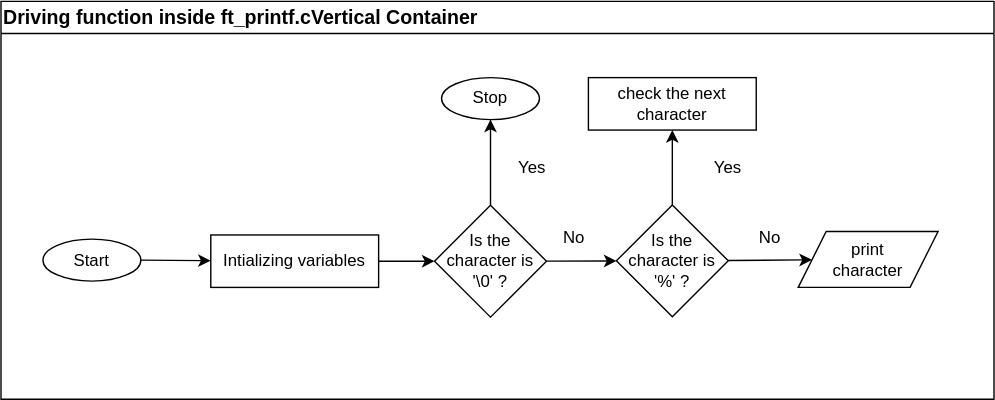
ThiwankaS/ft_printf keeps this draw.io diagram as Documents/ft_printf.drawio.svg. Above is the earlier version. Source tidied: cells renumbered, new cells last; positions are measured from the earlier drawing's top-left corner, leaving out a move shared by most shapes.
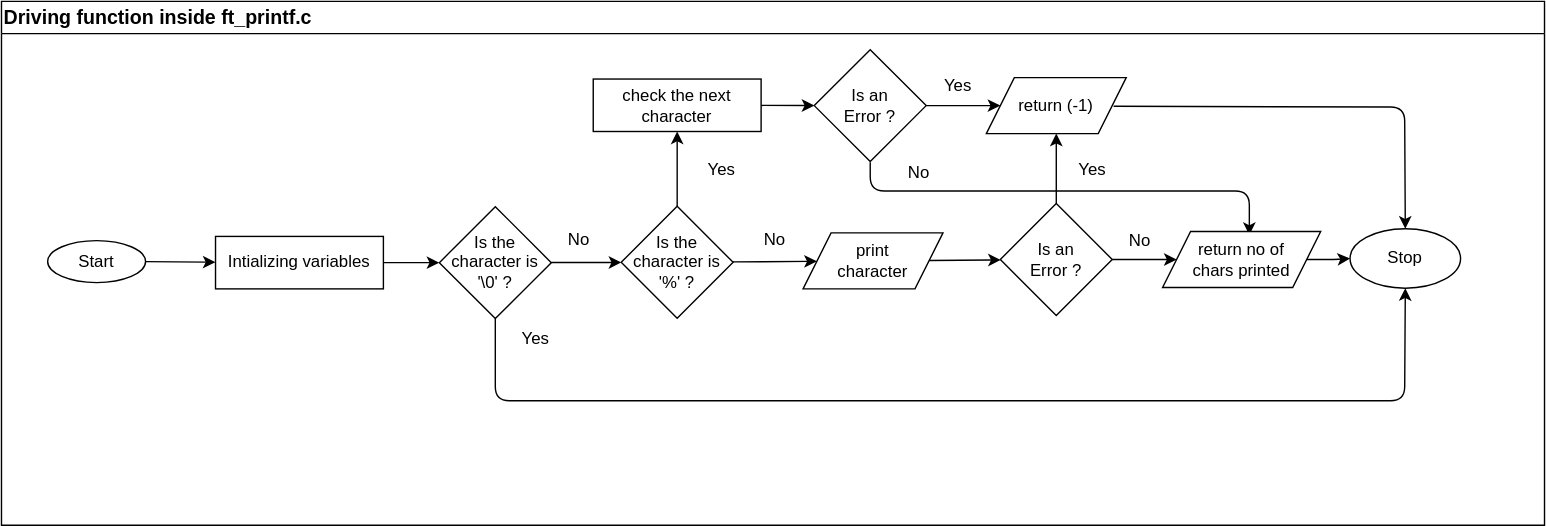
After the change.

Commit message:
Update documentaion for driving function

The edit, as a diff of the source:
```diff
@@ -14,20 +14,14 @@
     <mxCell id="5" value="Intializing variables" style="rounded=0;whiteSpace=wrap;html=1;strokeColor=#000000;fillColor=#FFFFFF;fontColor=#000000;" parent="1" vertex="1">
       <mxGeometry x="150" y="166.5" width="120" height="37.5" as="geometry" />
     </mxCell>
-    <mxCell id="6" style="edgeStyle=none;html=1;strokeColor=#000000;" parent="1" edge="1" source="8" target="9">
-      <mxGeometry relative="1" as="geometry" />
-    </mxCell>
     <mxCell id="7" style="edgeStyle=none;html=1;strokeColor=#000000;" parent="1" edge="1" source="8" target="13">
       <mxGeometry relative="1" as="geometry" />
     </mxCell>
     <mxCell id="8" value="Is the character is '\0' ?" style="rhombus;whiteSpace=wrap;html=1;strokeColor=#000000;fillColor=#FFFFFF;fontColor=#000000;" parent="1" vertex="1">
       <mxGeometry x="310" y="145.2" width="80" height="80" as="geometry" />
     </mxCell>
-    <mxCell id="9" value="Stop" style="ellipse;whiteSpace=wrap;html=1;fillColor=#FFFFFF;strokeColor=#000000;fontColor=#000000;" parent="1" vertex="1">
-      <mxGeometry x="315" y="54" width="70" height="30" as="geometry" />
-    </mxCell>
     <mxCell id="10" value="Yes" style="text;html=1;strokeColor=none;fillColor=none;align=center;verticalAlign=middle;whiteSpace=wrap;rounded=0;fontColor=#000000;" parent="1" vertex="1">
-      <mxGeometry x="350" y="104" width="60" height="30" as="geometry" />
+      <mxGeometry x="349" y="225" width="60" height="30" as="geometry" />
     </mxCell>
     <mxCell id="11" style="edgeStyle=none;html=1;fontColor=#000000;strokeColor=#000000;" parent="1" edge="1" source="13" target="15">
       <mxGeometry relative="1" as="geometry" />
@@ -41,6 +35,9 @@
     <mxCell id="14" value="No" style="text;html=1;strokeColor=none;fillColor=none;align=center;verticalAlign=middle;whiteSpace=wrap;rounded=0;fontColor=#000000;" parent="1" vertex="1">
       <mxGeometry x="520" y="154" width="60" height="30" as="geometry" />
     </mxCell>
+    <mxCell id="20" style="edgeStyle=none;html=1;strokeColor=#000000;fontSize=14;fontColor=#000000;" parent="1" edge="1" source="15" target="23">
+      <mxGeometry relative="1" as="geometry" />
+    </mxCell>
     <mxCell id="15" value="print &lt;br&gt;character" style="shape=parallelogram;perimeter=parallelogramPerimeter;whiteSpace=wrap;html=1;fixedSize=1;fontColor=#000000;strokeColor=#000000;fillColor=#FFFFFF;" parent="1" vertex="1">
       <mxGeometry x="570" y="164" width="100" height="40" as="geometry" />
     </mxCell>
@@ -48,13 +45,81 @@
       <mxGeometry x="380" y="154" width="60" height="30" as="geometry" />
     </mxCell>
     <mxCell id="17" value="Yes" style="text;html=1;strokeColor=none;fillColor=none;align=center;verticalAlign=middle;whiteSpace=wrap;rounded=0;fontColor=#000000;" parent="1" vertex="1">
-      <mxGeometry x="490" y="104" width="60" height="30" as="geometry" />
+      <mxGeometry x="482" y="104" width="60" height="30" as="geometry" />
     </mxCell>
+    <mxCell id="21" style="edgeStyle=none;html=1;strokeColor=#000000;fontSize=14;fontColor=#000000;" parent="1" edge="1" source="18" target="25">
+      <mxGeometry relative="1" as="geometry" />
+    </mxCell>
     <mxCell id="18" value="check the next character" style="rounded=0;whiteSpace=wrap;html=1;strokeColor=#000000;fillColor=#FFFFFF;fontColor=#000000;" parent="1" vertex="1">
       <mxGeometry x="420" y="54" width="120" height="37.5" as="geometry" />
     </mxCell>
-    <mxCell id="19" value="&lt;div style=&quot;&quot;&gt;&lt;font style=&quot;font-size: 14px;&quot;&gt;Driving function inside ft_printf.cVertical Container&lt;/font&gt;&lt;/div&gt;" style="swimlane;whiteSpace=wrap;html=1;labelBackgroundColor=#FFFFFF;strokeColor=#000000;fontColor=#000000;fillColor=#FFFFFF;align=left;" parent="1" vertex="1">
-      <mxGeometry y="-0.5" width="710" height="284.5" as="geometry" />
+    <mxCell id="19" value="&lt;div style=&quot;&quot;&gt;&lt;font style=&quot;font-size: 14px;&quot;&gt;Driving function inside ft_printf.c&lt;/font&gt;&lt;/div&gt;" style="swimlane;whiteSpace=wrap;html=1;labelBackgroundColor=#FFFFFF;strokeColor=#000000;fontColor=#000000;fillColor=#FFFFFF;align=left;" parent="1" vertex="1">
+      <mxGeometry x="-3" y="-1.5" width="1103" height="374.5" as="geometry" />
     </mxCell>
+    <mxCell id="9" value="Stop" style="ellipse;whiteSpace=wrap;html=1;fillColor=#FFFFFF;strokeColor=#000000;fontColor=#000000;" parent="19" vertex="1">
+      <mxGeometry x="964" y="162.5" width="79" height="42.5" as="geometry" />
+    </mxCell>
+    <mxCell id="22" style="edgeStyle=elbowEdgeStyle;html=1;strokeColor=#000000;fontSize=14;fontColor=#000000;" parent="19" edge="1" source="23" target="26">
+      <mxGeometry relative="1" as="geometry" />
+    </mxCell>
+    <mxCell id="23" value="Is an &lt;br&gt;Error ?" style="rhombus;whiteSpace=wrap;html=1;fontColor=#000000;strokeColor=#000000;fillColor=#FFFFFF;" parent="19" vertex="1">
+      <mxGeometry x="714" y="144.5" width="80" height="80" as="geometry" />
+    </mxCell>
+    <mxCell id="24" style="edgeStyle=elbowEdgeStyle;html=1;strokeColor=#000000;fontSize=14;fontColor=#000000;" parent="19" edge="1" source="25" target="26">
+      <mxGeometry relative="1" as="geometry" />
+    </mxCell>
+    <mxCell id="25" value="Is an &lt;br&gt;Error ?" style="rhombus;whiteSpace=wrap;html=1;fontColor=#000000;strokeColor=#000000;fillColor=#FFFFFF;" parent="19" vertex="1">
+      <mxGeometry x="581" y="34.5" width="80" height="80" as="geometry" />
+    </mxCell>
+    <mxCell id="26" value="return (-1)" style="shape=parallelogram;perimeter=parallelogramPerimeter;whiteSpace=wrap;html=1;fixedSize=1;fontColor=#000000;strokeColor=#000000;fillColor=#FFFFFF;" parent="19" vertex="1">
+      <mxGeometry x="704" y="54.5" width="100" height="40" as="geometry" />
+    </mxCell>
+    <mxCell id="27" style="endArrow=classic;html=1;strokeColor=#000000;fontSize=14;fontColor=#000000;entryX=0.5;entryY=0;entryDx=0;entryDy=0;" parent="19" edge="1" target="9">
+      <mxGeometry relative="1" as="geometry">
+        <mxPoint x="795" y="75" as="sourcePoint" />
+        <Array as="points">
+          <mxPoint x="1003" y="75.5" />
+        </Array>
+      </mxGeometry>
+    </mxCell>
+    <mxCell id="28" value="Yes" style="text;html=1;strokeColor=none;fillColor=none;align=center;verticalAlign=middle;whiteSpace=wrap;rounded=0;fontColor=#000000;" parent="19" vertex="1">
+      <mxGeometry x="654" y="45.5" width="60" height="30" as="geometry" />
+    </mxCell>
+    <mxCell id="29" value="Yes" style="text;html=1;strokeColor=none;fillColor=none;align=center;verticalAlign=middle;whiteSpace=wrap;rounded=0;fontColor=#000000;" parent="19" vertex="1">
+      <mxGeometry x="750" y="105.5" width="60" height="30" as="geometry" />
+    </mxCell>
+    <mxCell id="30" style="endArrow=classic;html=1;strokeColor=#000000;fontSize=14;fontColor=#000000;" parent="19" edge="1">
+      <mxGeometry relative="1" as="geometry">
+        <mxPoint x="621" y="115" as="sourcePoint" />
+        <mxPoint x="892" y="167" as="targetPoint" />
+        <Array as="points">
+          <mxPoint x="621" y="135.5" />
+          <mxPoint x="892" y="135.5" />
+        </Array>
+      </mxGeometry>
+    </mxCell>
+    <mxCell id="31" value="No" style="text;html=1;strokeColor=none;fillColor=none;align=center;verticalAlign=middle;whiteSpace=wrap;rounded=0;fontColor=#000000;" parent="19" vertex="1">
+      <mxGeometry x="784" y="156.5" width="60" height="30" as="geometry" />
+    </mxCell>
+    <mxCell id="6" style="endArrow=classic;html=1;strokeColor=#000000;fontSize=14;fontColor=#000000;exitX=0.5;exitY=1;exitDx=0;exitDy=0;entryX=0.5;entryY=1;entryDx=0;entryDy=0;" parent="1" edge="1" source="8" target="9">
+      <mxGeometry relative="1" as="geometry">
+        <Array as="points">
+          <mxPoint x="350" y="284" />
+          <mxPoint x="1000" y="284" />
+        </Array>
+      </mxGeometry>
+    </mxCell>
+    <mxCell id="32" style="edgeStyle=elbowEdgeStyle;html=1;strokeColor=#000000;fontSize=14;fontColor=#000000;" parent="1" edge="1" source="33" target="9">
+      <mxGeometry relative="1" as="geometry" />
+    </mxCell>
+    <mxCell id="33" value="return no of &lt;br&gt;chars printed" style="shape=parallelogram;perimeter=parallelogramPerimeter;whiteSpace=wrap;html=1;fixedSize=1;fontColor=#000000;strokeColor=#000000;fillColor=#FFFFFF;" parent="1" vertex="1">
+      <mxGeometry x="827" y="163" width="113" height="40" as="geometry" />
+    </mxCell>
+    <mxCell id="34" style="edgeStyle=elbowEdgeStyle;html=1;strokeColor=#000000;fontSize=14;fontColor=#000000;" parent="1" edge="1" source="23" target="33">
+      <mxGeometry relative="1" as="geometry" />
+    </mxCell>
+    <mxCell id="35" value="No" style="text;html=1;strokeColor=none;fillColor=none;align=center;verticalAlign=middle;whiteSpace=wrap;rounded=0;fontColor=#000000;" parent="1" vertex="1">
+      <mxGeometry x="623" y="106" width="60" height="30" as="geometry" />
+    </mxCell>
   </root>
 </mxGraphModel>
```
